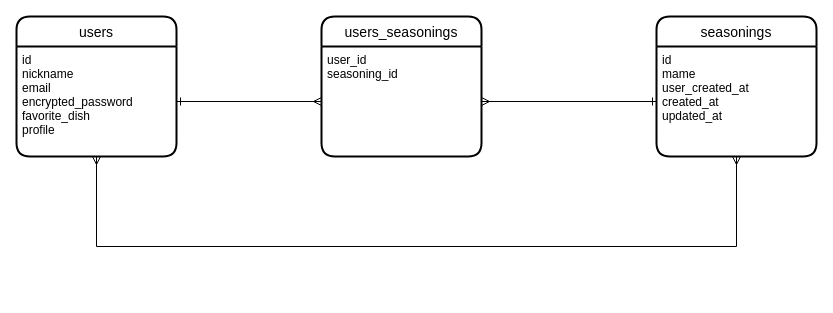
Before: ER_diagram.dio in bokko-chan/uchino_aji, a draw.io diagram. Source tidied: cells renumbered, new cells numbered last; positions are measured from the earlier drawing's top-left corner, leaving out a move shared by most shapes. Both pictures are drawn from the tidied source at 100%, with x=0, y=0 at pixel (16, 16).
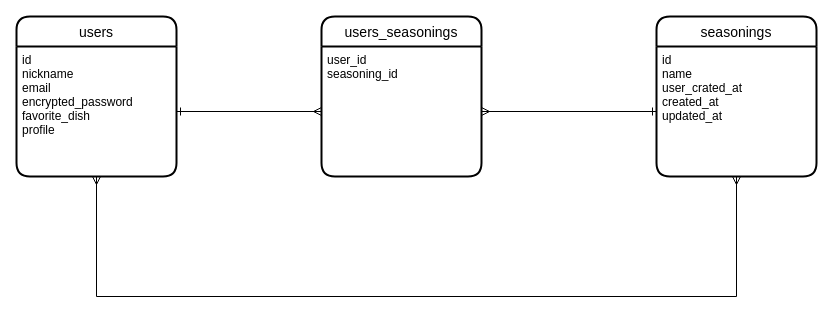
After the change.

Change to the diagram source:
```diff
@@
 <mxGraphModel>
   <root>
     <mxCell id="0" />
     <mxCell id="1" parent="0" />
     <mxCell id="2" value="users" style="swimlane;horizontal=1;startSize=30;rounded=1;fontSize=14;fontStyle=0;strokeWidth=2;shadow=0;dashed=0;align=center;" parent="1" vertex="1">
-      <mxGeometry width="160" height="140" as="geometry" />
+      <mxGeometry width="160" height="160" as="geometry" />
     </mxCell>
     <mxCell id="3" value="id&#10;nickname&#10;email&#10;encrypted_password&#10;favorite_dish&#10;profile" style="align=left;strokeColor=none;fillColor=none;spacingLeft=4;fontSize=12;verticalAlign=top;" parent="2" vertex="1">
-      <mxGeometry y="30" width="160" height="110" as="geometry" />
+      <mxGeometry y="30" width="160" height="130" as="geometry" />
     </mxCell>
     <mxCell id="4" value="seasonings" style="swimlane;horizontal=1;startSize=30;rounded=1;fontSize=14;fontStyle=0;strokeWidth=2;shadow=0;dashed=0;align=center;" parent="1" vertex="1">
-      <mxGeometry x="640" width="160" height="140" as="geometry" />
+      <mxGeometry x="640" width="160" height="160" as="geometry" />
     </mxCell>
-    <mxCell id="5" value="id&#10;mame&#10;user_created_at&#10;created_at&#10;updated_at" style="align=left;strokeColor=none;fillColor=none;spacingLeft=4;fontSize=12;verticalAlign=top;" parent="4" vertex="1">
-      <mxGeometry y="30" width="160" height="110" as="geometry" />
+    <mxCell id="5" value="id&#10;name&#10;user_crated_at&#10;created_at&#10;updated_at" style="align=left;strokeColor=none;fillColor=none;spacingLeft=4;fontSize=12;verticalAlign=top;" parent="4" vertex="1">
+      <mxGeometry y="30" width="160" height="130" as="geometry" />
     </mxCell>
     <mxCell id="6" value="users_seasonings" style="swimlane;horizontal=1;startSize=30;rounded=1;fontSize=14;fontStyle=0;strokeWidth=2;shadow=0;dashed=0;align=center;" parent="1" vertex="1">
-      <mxGeometry x="305" width="160" height="140" as="geometry" />
+      <mxGeometry x="305" width="160" height="160" as="geometry" />
     </mxCell>
     <mxCell id="7" value="user_id&#10;seasoning_id" style="align=left;strokeColor=none;fillColor=none;spacingLeft=4;fontSize=12;verticalAlign=top;" parent="6" vertex="1">
-      <mxGeometry y="30" width="160" height="110" as="geometry" />
+      <mxGeometry y="30" width="160" height="130" as="geometry" />
     </mxCell>
     <mxCell id="8" style="edgeStyle=orthogonalEdgeStyle;rounded=0;jettySize=auto;html=1;startArrow=ERmany;startFill=0;endArrow=ERmany;endFill=0;" parent="1" edge="1" source="3" target="5">
       <mxGeometry relative="1" as="geometry">
         <Array as="points">
-          <mxPoint x="80" y="230" />
-          <mxPoint x="720" y="230" />
+          <mxPoint x="80" y="280" />
+          <mxPoint x="720" y="280" />
         </Array>
       </mxGeometry>
     </mxCell>
+    <mxCell id="10" style="edgeStyle=orthogonalEdgeStyle;rounded=0;jettySize=auto;html=1;exitX=1;exitY=0.5;exitDx=0;exitDy=0;entryX=0;entryY=0.5;entryDx=0;entryDy=0;startArrow=ERone;startFill=0;endArrow=ERmany;endFill=0;" parent="1" edge="1" source="3" target="7">
+      <mxGeometry relative="1" as="geometry" />
+    </mxCell>
-    <mxCell id="9" style="edgeStyle=orthogonalEdgeStyle;rounded=0;jettySize=auto;html=1;exitX=1;exitY=0.5;exitDx=0;exitDy=0;entryX=0;entryY=0.5;entryDx=0;entryDy=0;startArrow=ERmany;startFill=0;endArrow=ERone;endFill=0;" parent="1" edge="1" source="7" target="5">
+    <mxCell id="9" style="edgeStyle=orthogonalEdgeStyle;rounded=0;jettySize=auto;html=1;exitX=0;exitY=0.5;exitDx=0;exitDy=0;entryX=1;entryY=0.5;entryDx=0;entryDy=0;startArrow=ERone;startFill=0;endArrow=ERmany;endFill=0;" parent="1" edge="1" source="5" target="7">
       <mxGeometry relative="1" as="geometry" />
     </mxCell>
-    <mxCell id="10" style="edgeStyle=orthogonalEdgeStyle;rounded=0;jettySize=auto;html=1;exitX=1;exitY=0.5;exitDx=0;exitDy=0;startArrow=ERone;startFill=0;endArrow=ERmany;endFill=0;" parent="1" edge="1" source="3" target="7">
-      <mxGeometry relative="1" as="geometry" />
-    </mxCell>
   </root>
 </mxGraphModel>
```
